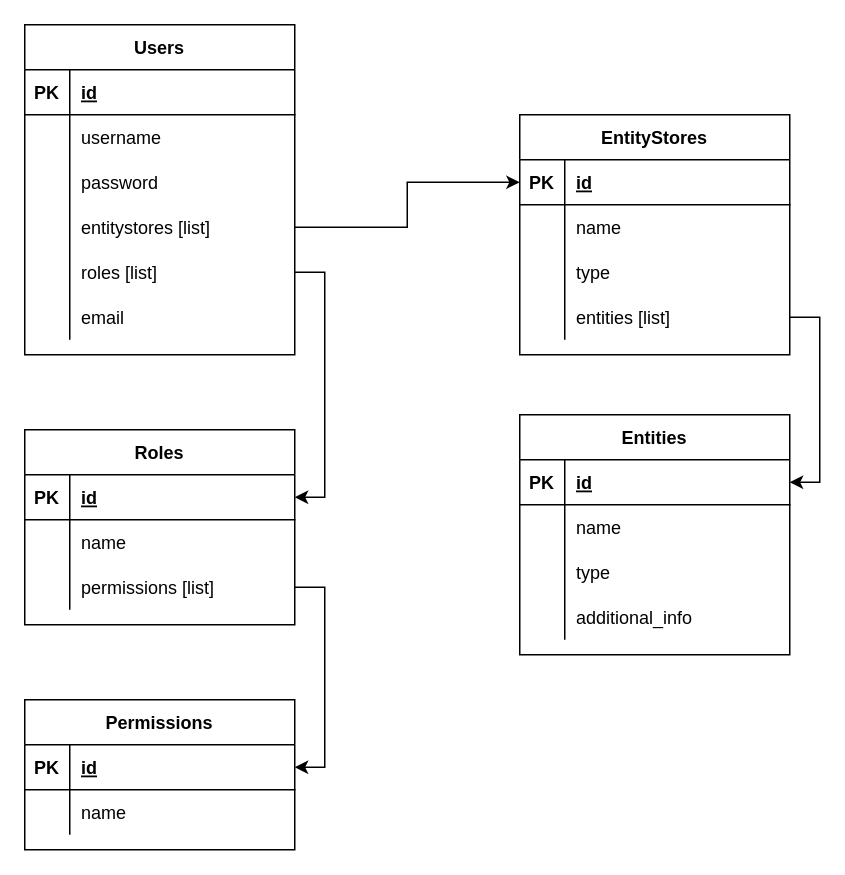
This is planning/er-diagram.drawio from murtoM/invekotin, a draw.io file, before an edit. Source tidied: cells renumbered, new cells numbered last; positions are measured from the earlier drawing's top-left corner, leaving out a move shared by most shapes. Both pictures are drawn from the tidied source at 150%, with x=0, y=0 at pixel (24, 24).
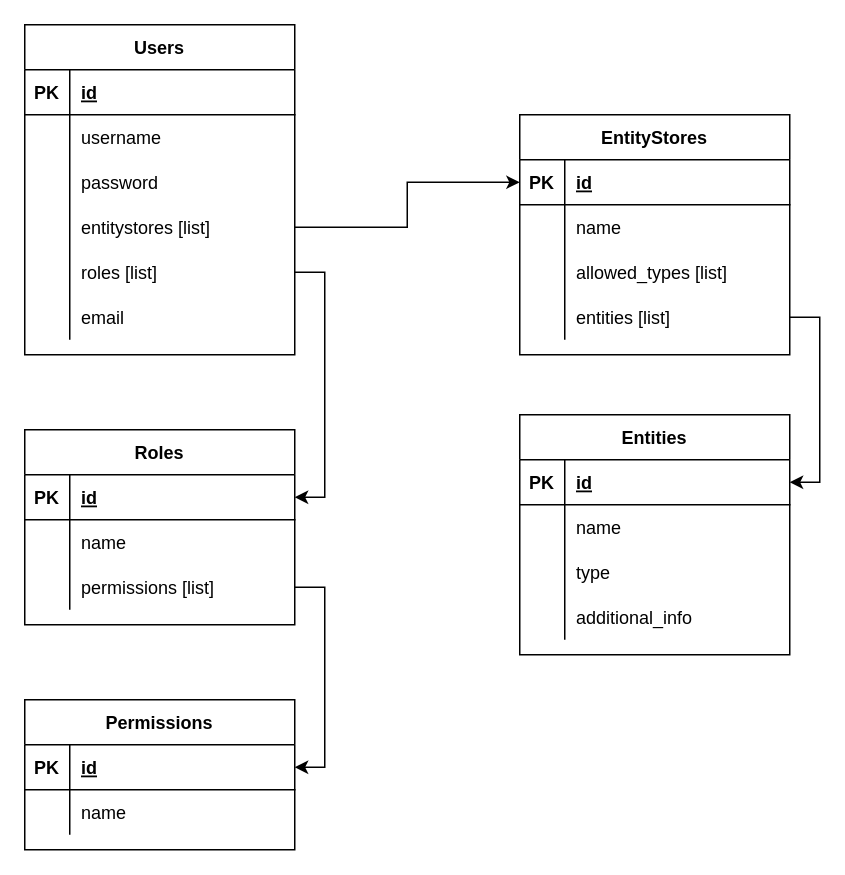
The same diagram, later.

The change refers to these unchanged cells:
```xml
<mxCell id="45" style="shape=partialRectangle;fillColor=none;top=0;left=0;bottom=0;right=0;" parent="38" vertex="1">
  <mxGeometry y="90" width="180" height="30" as="geometry" />
</mxCell>
```

Diff of the diagram source:
```diff
@@
-    <mxCell id="47" value="type" style="shape=partialRectangle;fillColor=none;top=0;left=0;bottom=0;right=0;align=left;spacingLeft=6;overflow=hidden;" parent="45" vertex="1">
+    <mxCell id="47" value="allowed_types [list]" style="shape=partialRectangle;fillColor=none;top=0;left=0;bottom=0;right=0;align=left;spacingLeft=6;overflow=hidden;" parent="45" vertex="1">
       <mxGeometry x="30" width="150" height="30" as="geometry" />
     </mxCell>
```
